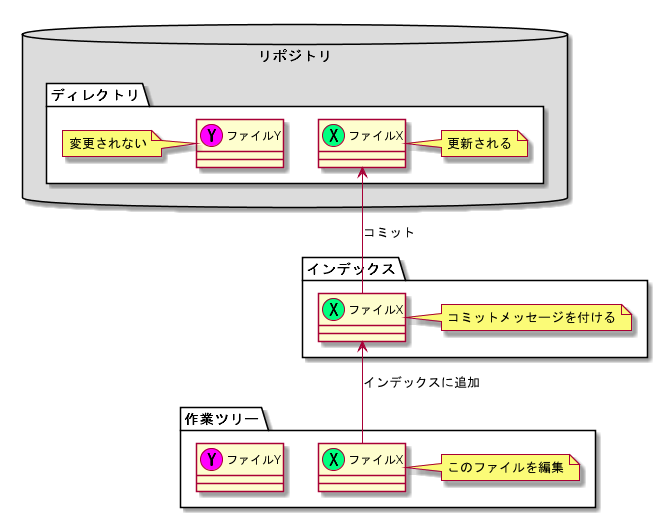
This is images/Commit.png from lbljun/AsciiDocMemo, a PlantUML export, as it was before one commit.
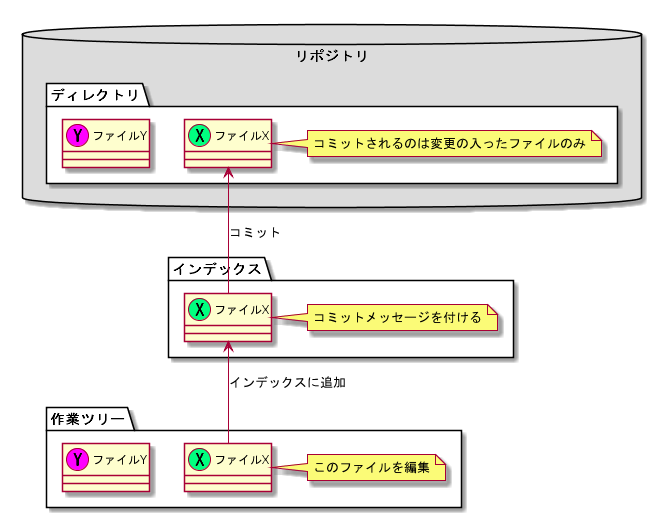
After the change.

Change to the diagram source:
```diff
@@ -4,10 +4,9 @@
     namespace ディレクトリ #ffffff {
         class ファイルX << (X,#00ff7f) >> {
         }
-        note right : 更新される
+        note right : コミットされるのは変更の入ったファイルのみ
         class ファイルY << (Y,#ff00ff) >> {
         }
-        note left : 変更されない
     }
 }
 
```
